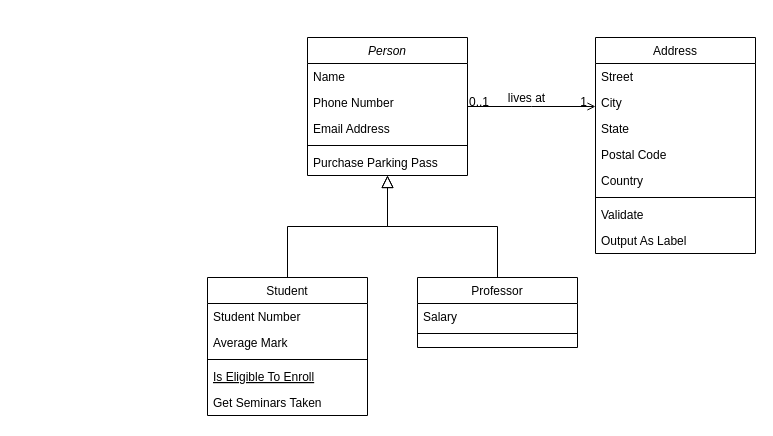
Earlier version of the draw.io diagram modul8-aps.drawio (ahmrh/diagrams.net). Source tidied: cells renumbered, new cells numbered last; positions are measured from the earlier drawing's top-left corner, leaving out a move shared by most shapes. Both pictures are drawn from the tidied source at 100%, with x=0, y=0 at pixel (207, 37).
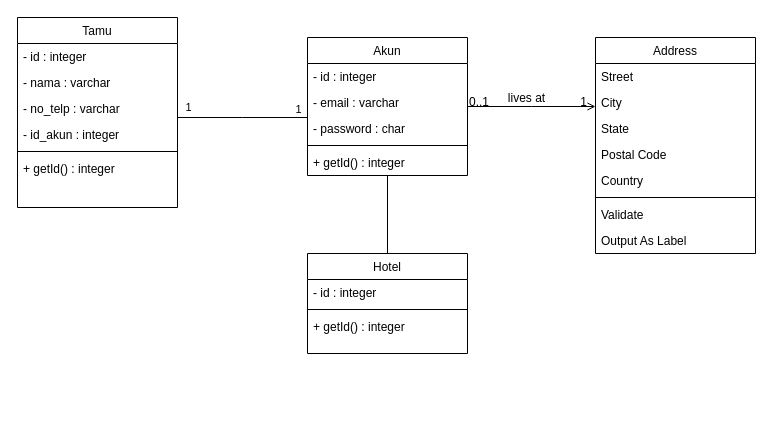
Above is the later version.

The edit, as a diff of the source:
```diff
@@
-    <mxCell id="2" value="Person" style="swimlane;fontStyle=2;align=center;verticalAlign=top;horizontal=1;startSize=26;rounded=0;shadow=0;strokeWidth=1;" parent="1" vertex="1">
+    <mxCell id="2" value="Akun" style="swimlane;fontStyle=0;align=center;verticalAlign=top;horizontal=1;startSize=26;rounded=0;shadow=0;strokeWidth=1;" parent="1" vertex="1">
       <mxGeometry x="100" width="160" height="138" as="geometry" />
     </mxCell>
+    <mxCell id="32" value="- id : integer" style="text;align=left;verticalAlign=top;spacingLeft=4;spacingRight=4;overflow=hidden;" parent="2" vertex="1">
+      <mxGeometry y="26" width="160" height="26" as="geometry" />
+    </mxCell>
-    <mxCell id="3" value="Name" style="text;align=left;verticalAlign=top;spacingLeft=4;spacingRight=4;overflow=hidden;" parent="2" vertex="1">
-      <mxGeometry y="26" width="160" height="26" as="geometry" />
+    <mxCell id="3" value="- email : varchar" style="text;align=left;verticalAlign=top;spacingLeft=4;spacingRight=4;overflow=hidden;" parent="2" vertex="1">
+      <mxGeometry y="52" width="160" height="26" as="geometry" />
     </mxCell>
-    <mxCell id="4" value="Phone Number" style="text;align=left;verticalAlign=top;spacingLeft=4;spacingRight=4;overflow=hidden;rounded=0;shadow=0;html=0;" parent="2" vertex="1">
-      <mxGeometry y="52" width="160" height="26" as="geometry" />
+    <mxCell id="4" value="- password : char" style="text;align=left;verticalAlign=top;spacingLeft=4;spacingRight=4;overflow=hidden;rounded=0;shadow=0;html=0;" parent="2" vertex="1">
+      <mxGeometry y="78" width="160" height="26" as="geometry" />
     </mxCell>
-    <mxCell id="5" value="Email Address" style="text;align=left;verticalAlign=top;spacingLeft=4;spacingRight=4;overflow=hidden;rounded=0;shadow=0;html=0;" parent="2" vertex="1">
-      <mxGeometry y="78" width="160" height="26" as="geometry" />
-    </mxCell>
@@
-    <mxCell id="7" value="Purchase Parking Pass" style="text;align=left;verticalAlign=top;spacingLeft=4;spacingRight=4;overflow=hidden;" parent="2" vertex="1">
+    <mxCell id="7" value="+ getId() : integer" style="text;align=left;verticalAlign=top;spacingLeft=4;spacingRight=4;overflow=hidden;" parent="2" vertex="1">
       <mxGeometry y="112" width="160" height="26" as="geometry" />
     </mxCell>
-    <mxCell id="8" value="Student" style="swimlane;fontStyle=0;align=center;verticalAlign=top;horizontal=1;startSize=26;rounded=0;shadow=0;strokeWidth=1;" parent="1" vertex="1">
-      <mxGeometry y="240" width="160" height="138" as="geometry" />
-    </mxCell>
-    <mxCell id="9" value="Student Number" style="text;align=left;verticalAlign=top;spacingLeft=4;spacingRight=4;overflow=hidden;" parent="8" vertex="1">
-      <mxGeometry y="26" width="160" height="26" as="geometry" />
-    </mxCell>
-    <mxCell id="10" value="Average Mark" style="text;align=left;verticalAlign=top;spacingLeft=4;spacingRight=4;overflow=hidden;rounded=0;shadow=0;html=0;" parent="8" vertex="1">
-      <mxGeometry y="52" width="160" height="26" as="geometry" />
-    </mxCell>
-    <mxCell id="11" style="line;html=1;strokeWidth=1;align=left;verticalAlign=middle;spacingTop=-1;spacingLeft=3;spacingRight=3;labelPosition=right;" parent="8" vertex="1">
-      <mxGeometry y="78" width="160" height="8" as="geometry" />
-    </mxCell>
-    <mxCell id="12" value="Is Eligible To Enroll" style="text;align=left;verticalAlign=top;spacingLeft=4;spacingRight=4;overflow=hidden;fontStyle=4;" parent="8" vertex="1">
-      <mxGeometry y="86" width="160" height="26" as="geometry" />
-    </mxCell>
-    <mxCell id="13" value="Get Seminars Taken" style="text;align=left;verticalAlign=top;spacingLeft=4;spacingRight=4;overflow=hidden;" parent="8" vertex="1">
-      <mxGeometry y="112" width="160" height="26" as="geometry" />
-    </mxCell>
-    <mxCell id="14" style="endArrow=block;endSize=10;endFill=0;shadow=0;strokeWidth=1;rounded=0;edgeStyle=elbowEdgeStyle;elbow=vertical;" parent="1" edge="1" source="8" target="2">
-      <mxGeometry relative="1" as="geometry" />
-    </mxCell>
-    <mxCell id="15" value="Professor" style="swimlane;fontStyle=0;align=center;verticalAlign=top;horizontal=1;startSize=26;rounded=0;shadow=0;strokeWidth=1;" parent="1" vertex="1">
-      <mxGeometry x="210" y="240" width="160" height="70" as="geometry" />
+    <mxCell id="15" value="Tamu" style="swimlane;fontStyle=0;align=center;verticalAlign=top;horizontal=1;startSize=26;rounded=0;shadow=0;strokeWidth=1;" parent="1" vertex="1">
+      <mxGeometry x="-190" y="-20" width="160" height="190" as="geometry" />
     </mxCell>
-    <mxCell id="16" value="Salary" style="text;align=left;verticalAlign=top;spacingLeft=4;spacingRight=4;overflow=hidden;" parent="15" vertex="1">
+    <mxCell id="16" value="- id : integer" style="text;align=left;verticalAlign=top;spacingLeft=4;spacingRight=4;overflow=hidden;" parent="15" vertex="1">
       <mxGeometry y="26" width="160" height="26" as="geometry" />
     </mxCell>
+    <mxCell id="33" value="- nama : varchar" style="text;align=left;verticalAlign=top;spacingLeft=4;spacingRight=4;overflow=hidden;" parent="15" vertex="1">
+      <mxGeometry y="52" width="160" height="26" as="geometry" />
+    </mxCell>
+    <mxCell id="34" value="- no_telp : varchar" style="text;align=left;verticalAlign=top;spacingLeft=4;spacingRight=4;overflow=hidden;" parent="15" vertex="1">
+      <mxGeometry y="78" width="160" height="26" as="geometry" />
+    </mxCell>
+    <mxCell id="35" value="- id_akun : integer" style="text;align=left;verticalAlign=top;spacingLeft=4;spacingRight=4;overflow=hidden;" parent="15" vertex="1">
+      <mxGeometry y="104" width="160" height="26" as="geometry" />
+    </mxCell>
     <mxCell id="17" style="line;html=1;strokeWidth=1;align=left;verticalAlign=middle;spacingTop=-1;spacingLeft=3;spacingRight=3;labelPosition=right;" parent="15" vertex="1">
-      <mxGeometry y="52" width="160" height="8" as="geometry" />
+      <mxGeometry y="130" width="160" height="8" as="geometry" />
     </mxCell>
+    <mxCell id="36" value="+ getId() : integer" style="text;align=left;verticalAlign=top;spacingLeft=4;spacingRight=4;overflow=hidden;" parent="15" vertex="1">
+      <mxGeometry y="138" width="160" height="26" as="geometry" />
+    </mxCell>
-    <mxCell id="18" style="endArrow=block;endSize=10;endFill=0;shadow=0;strokeWidth=1;rounded=0;edgeStyle=elbowEdgeStyle;elbow=vertical;" parent="1" edge="1" source="15" target="2">
-      <mxGeometry relative="1" as="geometry" />
+    <mxCell id="18" style="endArrow=none;endSize=10;endFill=0;shadow=0;strokeWidth=1;rounded=0;edgeStyle=elbowEdgeStyle;elbow=vertical;" parent="1" edge="1">
+      <mxGeometry relative="1" as="geometry">
+        <mxPoint x="-30" y="80" as="sourcePoint" />
+        <mxPoint x="100" y="80" as="targetPoint" />
+      </mxGeometry>
     </mxCell>
+    <mxCell id="37" value="1" style="edgeLabel;html=1;align=center;verticalAlign=middle;" parent="18" vertex="1">
+      <mxGeometry x="-0.83" y="-1" relative="1" as="geometry">
+        <mxPoint x="-1" y="-12" as="offset" />
+      </mxGeometry>
+    </mxCell>
+    <mxCell id="38" value="1" style="edgeLabel;html=1;align=center;verticalAlign=middle;" parent="18" vertex="1">
+      <mxGeometry x="0.45" y="2" relative="1" as="geometry">
+        <mxPoint x="26" y="-7" as="offset" />
+      </mxGeometry>
+    </mxCell>
@@
+    <mxCell id="39" style="edgeStyle=orthogonalEdgeStyle;rounded=0;jettySize=auto;html=1;endArrow=none;endFill=0;" parent="1" edge="1" source="40" target="2">
+      <mxGeometry relative="1" as="geometry" />
+    </mxCell>
+    <mxCell id="40" value="Hotel" style="swimlane;fontStyle=0;align=center;verticalAlign=top;horizontal=1;startSize=26;rounded=0;shadow=0;strokeWidth=1;" parent="1" vertex="1">
+      <mxGeometry x="100" y="216" width="160" height="100" as="geometry" />
+    </mxCell>
+    <mxCell id="41" value="- id : integer" style="text;align=left;verticalAlign=top;spacingLeft=4;spacingRight=4;overflow=hidden;" parent="40" vertex="1">
+      <mxGeometry y="26" width="160" height="26" as="geometry" />
+    </mxCell>
+    <mxCell id="42" style="line;html=1;strokeWidth=1;align=left;verticalAlign=middle;spacingTop=-1;spacingLeft=3;spacingRight=3;labelPosition=right;" parent="40" vertex="1">
+      <mxGeometry y="52" width="160" height="8" as="geometry" />
+    </mxCell>
+    <mxCell id="43" value="+ getId() : integer" style="text;align=left;verticalAlign=top;spacingLeft=4;spacingRight=4;overflow=hidden;" parent="40" vertex="1">
+      <mxGeometry y="60" width="160" height="26" as="geometry" />
+    </mxCell>
```
